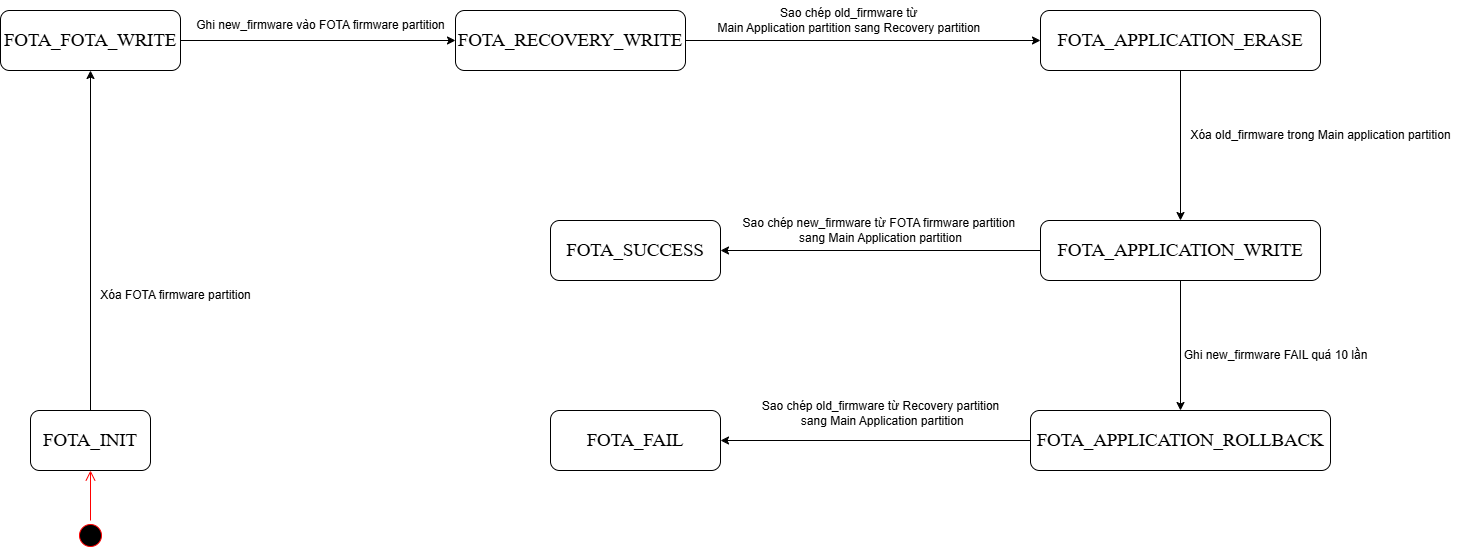
The draw.io diagram System_Design/SRS_FOTA_statemachine.drawio.png in anhtuanhoanghuy/Cubik_8x8x8, before a commit. Source tidied: cells renumbered, new cells last; positions are measured from the earlier drawing's top-left corner, leaving out a move shared by most shapes.
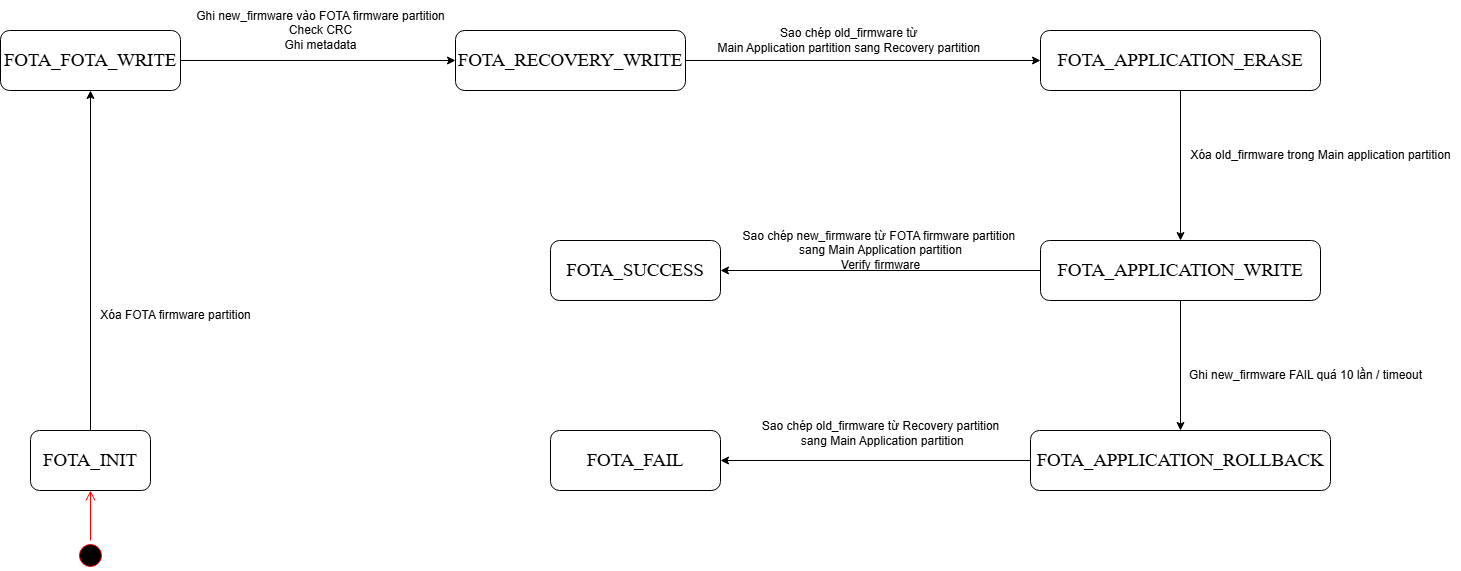
After the commit.

The edit, as a diff of the source:
```diff
@@ -38,8 +38,8 @@
     <mxCell id="13" value="&lt;p style=&quot;language:en-US;margin-top:0pt;margin-bottom:0pt;margin-left:0in;&lt;br/&gt;text-align:left;direction:ltr;unicode-bidi:embed;mso-line-break-override:none;&lt;br/&gt;word-break:normal;punctuation-wrap:hanging&quot;&gt;&lt;span style=&quot;font-size: 14pt; font-family: Aptos;&quot;&gt;FOTA_SUCCESS&lt;/span&gt;&lt;/p&gt;" style="rounded=1;whiteSpace=wrap;html=1;" parent="1" vertex="1">
       <mxGeometry x="550" y="220" width="170" height="60" as="geometry" />
     </mxCell>
-    <mxCell id="14" value="Ghi new_firmware vào FOTA firmware partition" style="text;html=1;align=center;verticalAlign=middle;strokeColor=none;fillColor=none;" parent="1" vertex="1">
-      <mxGeometry x="185" y="10" width="270" height="30" as="geometry" />
+    <mxCell id="14" value="Ghi new_firmware vào FOTA firmware partition&lt;div&gt;Check CRC&lt;/div&gt;&lt;div&gt;Ghi metadata&lt;/div&gt;" style="text;html=1;align=center;verticalAlign=middle;strokeColor=none;fillColor=none;" parent="1" vertex="1">
+      <mxGeometry x="185" y="-20" width="270" height="60" as="geometry" />
     </mxCell>
     <mxCell id="15" value="Sao chép old_firmware từ&amp;nbsp;&lt;div&gt;Main Application partition&amp;nbsp;&lt;span style=&quot;background-color: transparent; color: light-dark(rgb(0, 0, 0), rgb(255, 255, 255));&quot;&gt;sang Recovery partition&amp;nbsp;&lt;/span&gt;&lt;/div&gt;" style="text;html=1;align=center;verticalAlign=middle;strokeColor=none;fillColor=none;" parent="1" vertex="1">
       <mxGeometry x="705" width="290" height="40" as="geometry" />
@@ -47,11 +47,11 @@
     <mxCell id="16" value="Xóa old_firmware trong Main application partition" style="text;html=1;align=center;verticalAlign=middle;strokeColor=none;fillColor=none;" parent="1" vertex="1">
       <mxGeometry x="1180" y="120" width="280" height="30" as="geometry" />
     </mxCell>
-    <mxCell id="17" value="Sao chép new_firmware từ FOTA firmware partition&amp;nbsp;&lt;div&gt;sang Main Application partition&lt;/div&gt;" style="text;html=1;align=center;verticalAlign=middle;strokeColor=none;fillColor=none;" parent="1" vertex="1">
-      <mxGeometry x="730" y="210" width="300" height="40" as="geometry" />
+    <mxCell id="17" value="Sao chép new_firmware từ FOTA firmware partition&amp;nbsp;&lt;div&gt;sang Main Application partition&lt;/div&gt;&lt;div&gt;Verify firmware&lt;/div&gt;" style="text;html=1;align=center;verticalAlign=middle;strokeColor=none;fillColor=none;" parent="1" vertex="1">
+      <mxGeometry x="730" y="200" width="300" height="60" as="geometry" />
     </mxCell>
-    <mxCell id="18" value="Ghi new_firmware FAIL quá 10 lần" style="text;html=1;align=center;verticalAlign=middle;strokeColor=none;fillColor=none;" parent="1" vertex="1">
-      <mxGeometry x="1170" y="340" width="210" height="30" as="geometry" />
+    <mxCell id="18" value="Ghi new_firmware FAIL quá 10 lần / timeout" style="text;html=1;align=center;verticalAlign=middle;strokeColor=none;fillColor=none;" parent="1" vertex="1">
+      <mxGeometry x="1175" y="340" width="260" height="30" as="geometry" />
     </mxCell>
     <mxCell id="19" value="&lt;p style=&quot;language:en-US;margin-top:0pt;margin-bottom:0pt;margin-left:0in;&lt;br/&gt;text-align:left;direction:ltr;unicode-bidi:embed;mso-line-break-override:none;&lt;br/&gt;word-break:normal;punctuation-wrap:hanging&quot;&gt;&lt;span style=&quot;font-size: 14pt; font-family: Aptos;&quot;&gt;FOTA_FAIL&lt;/span&gt;&lt;/p&gt;" style="rounded=1;whiteSpace=wrap;html=1;" parent="1" vertex="1">
       <mxGeometry x="550" y="410" width="170" height="60" as="geometry" />
```
